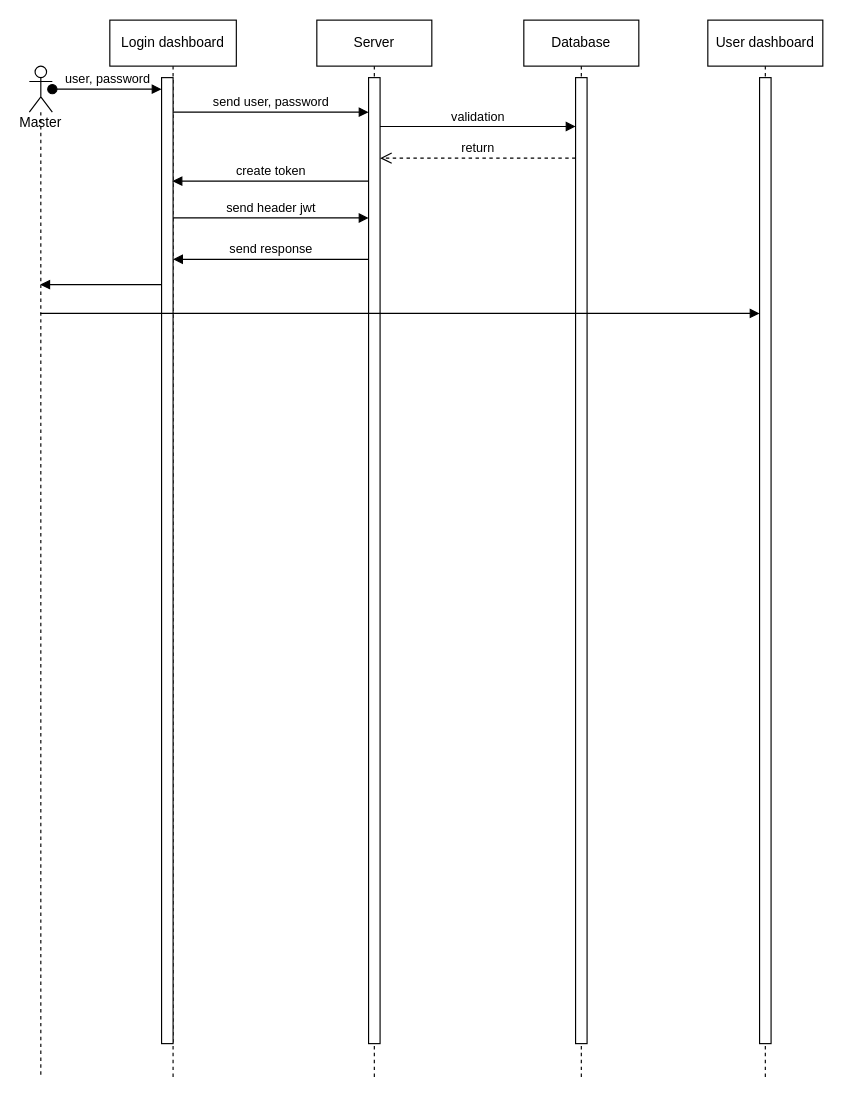
The draw.io diagram page "Master" (2 of 2) of sequenceDiagram.drawio in dzikfr/aplikasi-absensi-baharkam-2024, before the edit. Source tidied: cells renumbered, new cells numbered last; positions are measured from the earlier drawing's top-left corner, leaving out a move shared by most shapes. Both pictures are drawn from the tidied source at 115%, with x=0, y=0 at pixel (29, 20).
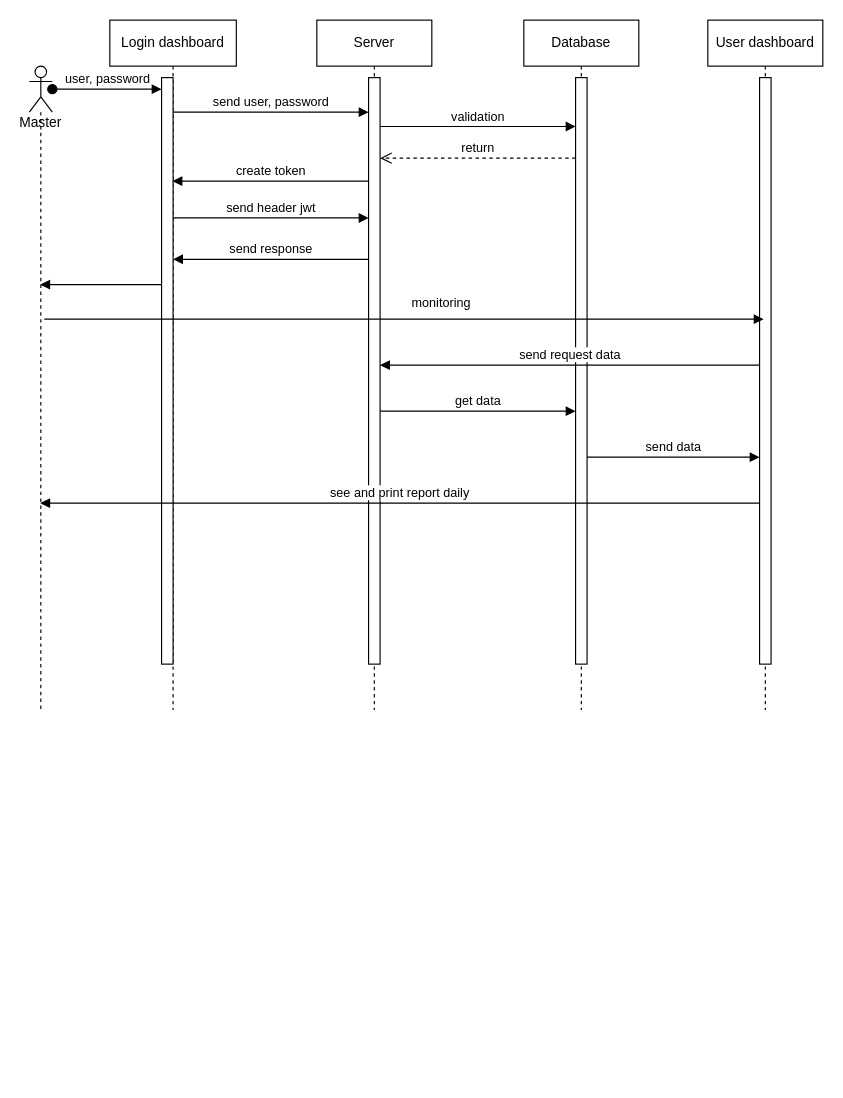
The same page after the edit.

Diff of the diagram source:
```diff
@@
     <mxCell id="2" value="Login dashboard" style="shape=umlLifeline;perimeter=lifelinePerimeter;whiteSpace=wrap;html=1;newEdgeStyle={&quot;edgeStyle&quot;:&quot;elbowEdgeStyle&quot;,&quot;elbow&quot;:&quot;vertical&quot;,&quot;curved&quot;:0,&quot;rounded&quot;:0};" parent="1" vertex="1">
-      <mxGeometry x="70" width="110" height="920" as="geometry" />
+      <mxGeometry x="70" width="110" height="600" as="geometry" />
     </mxCell>
     <mxCell id="3" style="html=1;points=[];perimeter=orthogonalPerimeter;outlineConnect=0;targetShapes=umlLifeline;portConstraint=eastwest;newEdgeStyle={&quot;edgeStyle&quot;:&quot;elbowEdgeStyle&quot;,&quot;elbow&quot;:&quot;vertical&quot;,&quot;curved&quot;:0,&quot;rounded&quot;:0};" parent="2" vertex="1">
-      <mxGeometry x="45" y="50" width="10" height="840" as="geometry" />
+      <mxGeometry x="45" y="50" width="10" height="510" as="geometry" />
     </mxCell>
     <mxCell id="4" value="Server" style="shape=umlLifeline;perimeter=lifelinePerimeter;whiteSpace=wrap;html=1;newEdgeStyle={&quot;edgeStyle&quot;:&quot;elbowEdgeStyle&quot;,&quot;elbow&quot;:&quot;vertical&quot;,&quot;curved&quot;:0,&quot;rounded&quot;:0};" parent="1" vertex="1">
-      <mxGeometry x="250" width="100" height="920" as="geometry" />
+      <mxGeometry x="250" width="100" height="600" as="geometry" />
     </mxCell>
     <mxCell id="5" style="html=1;points=[];perimeter=orthogonalPerimeter;outlineConnect=0;targetShapes=umlLifeline;portConstraint=eastwest;newEdgeStyle={&quot;edgeStyle&quot;:&quot;elbowEdgeStyle&quot;,&quot;elbow&quot;:&quot;vertical&quot;,&quot;curved&quot;:0,&quot;rounded&quot;:0};" parent="4" vertex="1">
-      <mxGeometry x="45" y="50" width="10" height="840" as="geometry" />
+      <mxGeometry x="45" y="50" width="10" height="510" as="geometry" />
     </mxCell>
@@
     <mxCell id="10" value="Database" style="shape=umlLifeline;perimeter=lifelinePerimeter;whiteSpace=wrap;html=1;newEdgeStyle={&quot;edgeStyle&quot;:&quot;elbowEdgeStyle&quot;,&quot;elbow&quot;:&quot;vertical&quot;,&quot;curved&quot;:0,&quot;rounded&quot;:0};" parent="1" vertex="1">
-      <mxGeometry x="430" width="100" height="920" as="geometry" />
+      <mxGeometry x="430" width="100" height="600" as="geometry" />
     </mxCell>
     <mxCell id="11" style="html=1;points=[];perimeter=orthogonalPerimeter;outlineConnect=0;targetShapes=umlLifeline;portConstraint=eastwest;newEdgeStyle={&quot;edgeStyle&quot;:&quot;elbowEdgeStyle&quot;,&quot;elbow&quot;:&quot;vertical&quot;,&quot;curved&quot;:0,&quot;rounded&quot;:0};" parent="10" vertex="1">
-      <mxGeometry x="45" y="50" width="10" height="840" as="geometry" />
+      <mxGeometry x="45" y="50" width="10" height="510" as="geometry" />
     </mxCell>
@@
     <mxCell id="14" value="User dashboard" style="shape=umlLifeline;perimeter=lifelinePerimeter;whiteSpace=wrap;html=1;newEdgeStyle={&quot;edgeStyle&quot;:&quot;elbowEdgeStyle&quot;,&quot;elbow&quot;:&quot;vertical&quot;,&quot;curved&quot;:0,&quot;rounded&quot;:0};" parent="1" vertex="1">
-      <mxGeometry x="590" width="100" height="920" as="geometry" />
+      <mxGeometry x="590" width="100" height="600" as="geometry" />
     </mxCell>
     <mxCell id="15" style="html=1;points=[];perimeter=orthogonalPerimeter;outlineConnect=0;targetShapes=umlLifeline;portConstraint=eastwest;newEdgeStyle={&quot;edgeStyle&quot;:&quot;elbowEdgeStyle&quot;,&quot;elbow&quot;:&quot;vertical&quot;,&quot;curved&quot;:0,&quot;rounded&quot;:0};" parent="14" vertex="1">
-      <mxGeometry x="45" y="50" width="10" height="840" as="geometry" />
+      <mxGeometry x="45" y="50" width="10" height="510" as="geometry" />
     </mxCell>
     <mxCell id="16" style="html=1;verticalAlign=bottom;endArrow=block;edgeStyle=elbowEdgeStyle;elbow=vertical;curved=0;rounded=0;" parent="1" edge="1">
       <mxGeometry relative="1" as="geometry">
-        <mxPoint x="9.5" y="255" as="sourcePoint" />
-        <mxPoint x="635" y="255" as="targetPoint" />
+        <mxPoint x="13" y="260" as="sourcePoint" />
+        <mxPoint x="638.5" y="260" as="targetPoint" />
         <Array as="points">
-          <mxPoint x="345" y="255" />
+          <mxPoint x="348.5" y="260" />
         </Array>
       </mxGeometry>
     </mxCell>
+    <mxCell id="20" value="monitoring" style="edgeLabel;html=1;align=center;verticalAlign=middle;" parent="16" vertex="1">
+      <mxGeometry x="0.13" y="-2" relative="1" as="geometry">
+        <mxPoint x="-9" y="-17" as="offset" />
+      </mxGeometry>
+    </mxCell>
     <mxCell id="17" value="&lt;div&gt;&lt;/div&gt;&lt;div&gt;&lt;br&gt;&lt;/div&gt;&lt;div&gt;&lt;br&gt;&lt;/div&gt;&lt;div&gt;&lt;br&gt;&lt;/div&gt;&lt;div&gt;&lt;br&gt;&lt;/div&gt;&lt;div&gt;Master&lt;/div&gt;" style="shape=umlLifeline;perimeter=lifelinePerimeter;whiteSpace=wrap;html=1;outlineConnect=0;portConstraint=eastwest;newEdgeStyle={&quot;curved&quot;:0,&quot;rounded&quot;:0};participant=umlActor;" parent="1" vertex="1">
-      <mxGeometry y="40" width="20" height="880" as="geometry" />
+      <mxGeometry y="40" width="20" height="560" as="geometry" />
     </mxCell>
@@
+    <mxCell id="21" value="send request data" style="html=1;verticalAlign=bottom;endArrow=block;edgeStyle=elbowEdgeStyle;elbow=horizontal;curved=0;rounded=0;" parent="1" edge="1">
+      <mxGeometry relative="1" as="geometry">
+        <mxPoint x="635" y="300" as="sourcePoint" />
+        <mxPoint x="305" y="300" as="targetPoint" />
+        <Array as="points">
+          <mxPoint x="590" y="300" />
+        </Array>
+      </mxGeometry>
+    </mxCell>
+    <mxCell id="22" value="get data" style="html=1;verticalAlign=bottom;endArrow=block;edgeStyle=elbowEdgeStyle;elbow=vertical;curved=0;rounded=0;" parent="1" edge="1" source="5" target="11">
+      <mxGeometry relative="1" as="geometry">
+        <Array as="points">
+          <mxPoint x="407" y="340" />
+        </Array>
+      </mxGeometry>
+    </mxCell>
+    <mxCell id="23" value="send data" style="html=1;verticalAlign=bottom;endArrow=block;edgeStyle=elbowEdgeStyle;elbow=horizontal;curved=0;rounded=0;" parent="1" edge="1" source="11" target="15">
+      <mxGeometry relative="1" as="geometry">
+        <Array as="points">
+          <mxPoint x="555" y="380" />
+        </Array>
+      </mxGeometry>
+    </mxCell>
+    <mxCell id="24" value="see and print report daily" style="html=1;verticalAlign=bottom;endArrow=block;edgeStyle=elbowEdgeStyle;elbow=horizontal;curved=0;rounded=0;" parent="1" edge="1" source="15" target="17">
+      <mxGeometry relative="1" as="geometry">
+        <Array as="points">
+          <mxPoint x="545" y="420" />
+        </Array>
+      </mxGeometry>
+    </mxCell>
```
